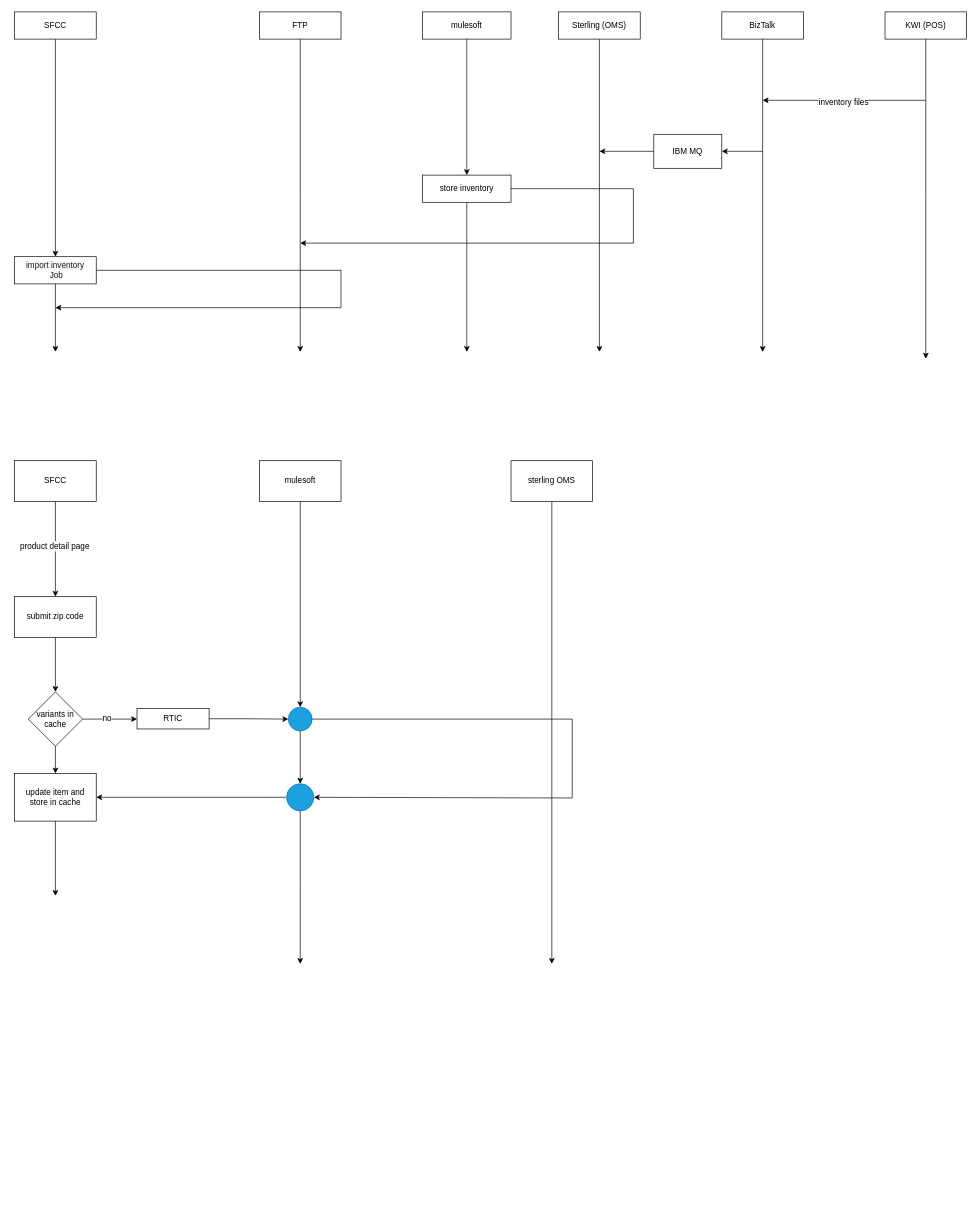
This is page "click and collect" (5 of 5) of Untitled Diagram.drawio from soum/pnd-diagrams, a draw.io file, before an edit. Source tidied: cells renumbered, new cells numbered last; positions are measured from the earlier drawing's top-left corner, leaving out a move shared by most shapes. Both pictures are drawn from the tidied source at 68%, with x=0, y=0 at pixel (14, 12).
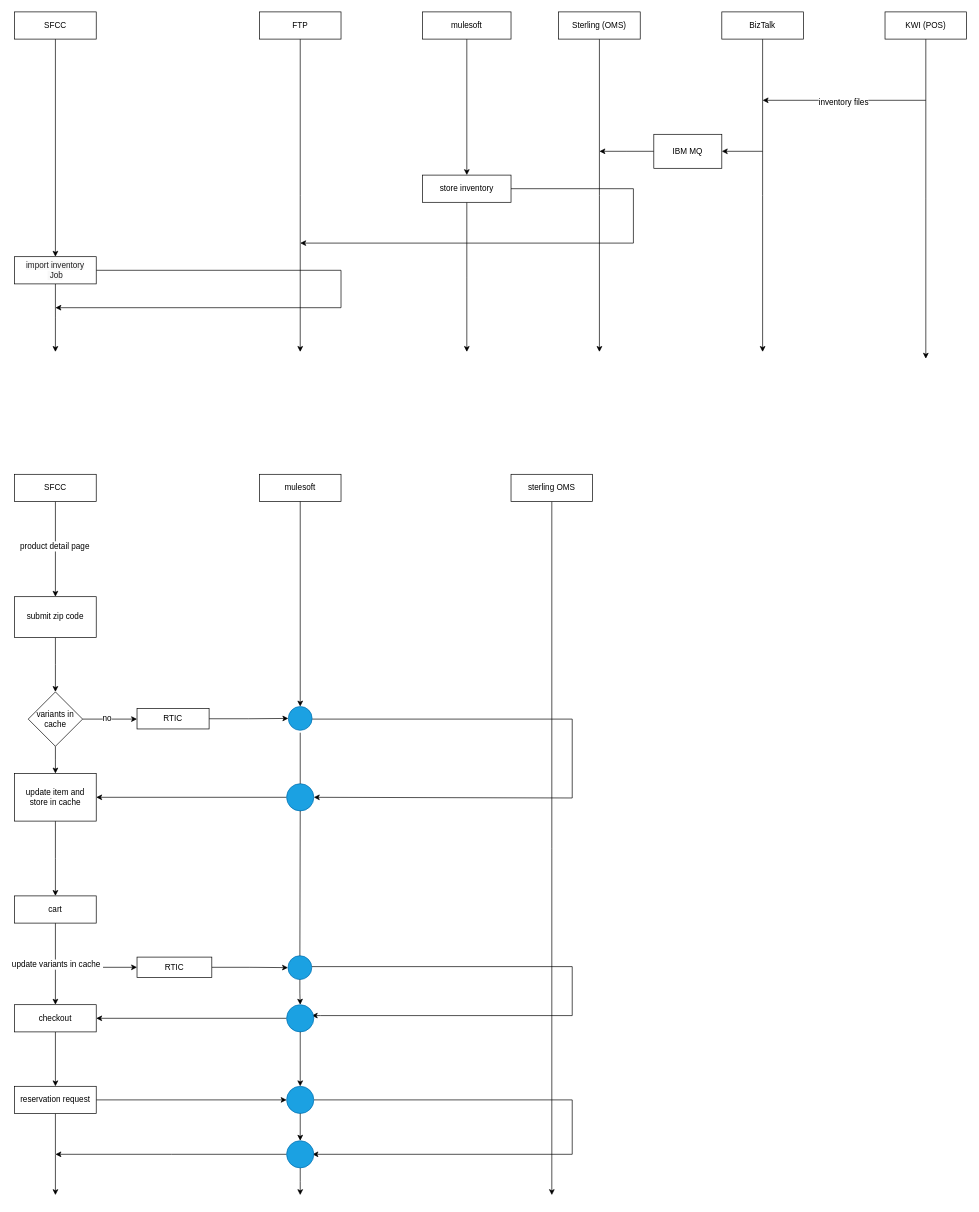
The same page after the edit.

Unchanged cells that the change refers to:
```xml
<mxCell id="46" style="ellipse;whiteSpace=wrap;html=1;rounded=0;shadow=0;glass=0;comic=0;fillColor=#1ba1e2;strokeColor=#006EAF;fontColor=#ffffff;" parent="1" vertex="1">
  <mxGeometry x="400" y="1135" width="40" height="40" as="geometry" />
</mxCell>
```

Diff of the diagram source:
```diff
@@
     <mxCell id="27" value="SFCC" style="rounded=0;whiteSpace=wrap;html=1;shadow=0;glass=0;comic=0;" parent="1" vertex="1">
-      <mxGeometry y="660" width="120" height="60" as="geometry" />
+      <mxGeometry y="680" width="120" height="40" as="geometry" />
     </mxCell>
@@
-    <mxCell id="30" style="edgeStyle=orthogonalEdgeStyle;rounded=0;jettySize=auto;html=1;strokeColor=#000000;strokeWidth=1;" parent="1" edge="1" source="46">
+    <mxCell id="30" style="edgeStyle=orthogonalEdgeStyle;rounded=0;jettySize=auto;html=1;strokeColor=#000000;strokeWidth=1;" parent="1" edge="1" source="68">
       <mxGeometry relative="1" as="geometry">
-        <mxPoint x="420" y="1400" as="targetPoint" />
+        <mxPoint x="420" y="1740" as="targetPoint" />
       </mxGeometry>
     </mxCell>
     <mxCell id="31" value="mulesoft" style="rounded=0;whiteSpace=wrap;html=1;shadow=0;glass=0;comic=0;" parent="1" vertex="1">
-      <mxGeometry x="360" y="660" width="120" height="60" as="geometry" />
+      <mxGeometry x="360" y="680" width="120" height="40" as="geometry" />
     </mxCell>
@@
     <mxCell id="40" style="edgeStyle=orthogonalEdgeStyle;rounded=0;jettySize=auto;html=1;strokeColor=#000000;strokeWidth=1;" parent="1" edge="1" source="41">
       <mxGeometry relative="1" as="geometry">
-        <mxPoint x="790" y="1400" as="targetPoint" />
+        <mxPoint x="790" y="1740" as="targetPoint" />
       </mxGeometry>
     </mxCell>
     <mxCell id="41" value="sterling OMS" style="rounded=0;whiteSpace=wrap;html=1;shadow=0;glass=0;comic=0;" parent="1" vertex="1">
-      <mxGeometry x="730" y="660" width="120" height="60" as="geometry" />
+      <mxGeometry x="730" y="680" width="120" height="40" as="geometry" />
     </mxCell>
@@
     <mxCell id="43" style="ellipse;whiteSpace=wrap;html=1;rounded=0;shadow=0;glass=0;comic=0;fillColor=#1ba1e2;strokeColor=#006EAF;fontColor=#ffffff;" parent="1" vertex="1">
-      <mxGeometry x="402.5" y="1022.5" width="35" height="35" as="geometry" />
+      <mxGeometry x="402.5" y="1021.5" width="35" height="35" as="geometry" />
     </mxCell>
@@
-    <mxCell id="47" style="edgeStyle=orthogonalEdgeStyle;rounded=0;jettySize=auto;html=1;strokeColor=#000000;strokeWidth=1;" parent="1" edge="1" source="43" target="46">
-      <mxGeometry relative="1" as="geometry" />
-    </mxCell>
+    <mxCell id="48" style="edgeStyle=orthogonalEdgeStyle;rounded=0;jettySize=auto;html=1;strokeColor=#000000;strokeWidth=1;" parent="1" edge="1" source="50" target="52">
+      <mxGeometry relative="1" as="geometry" />
+    </mxCell>
+    <mxCell id="49" value="update variants in cache" style="text;html=1;align=center;verticalAlign=middle;labelBackgroundColor=#ffffff;" parent="48" vertex="1">
+      <mxGeometry x="-0.12" y="1" relative="1" as="geometry">
+        <mxPoint x="-1" y="7" as="offset" />
+      </mxGeometry>
+    </mxCell>
+    <mxCell id="50" value="cart" style="rounded=0;whiteSpace=wrap;html=1;shadow=0;glass=0;comic=0;" parent="1" vertex="1">
+      <mxGeometry y="1300" width="120" height="40" as="geometry" />
+    </mxCell>
+    <mxCell id="51" style="edgeStyle=orthogonalEdgeStyle;rounded=0;jettySize=auto;html=1;strokeColor=#000000;strokeWidth=1;" parent="1" edge="1" source="52" target="55">
+      <mxGeometry relative="1" as="geometry" />
+    </mxCell>
+    <mxCell id="52" value="checkout" style="rounded=0;whiteSpace=wrap;html=1;shadow=0;glass=0;comic=0;" parent="1" vertex="1">
+      <mxGeometry y="1460" width="120" height="40" as="geometry" />
+    </mxCell>
+    <mxCell id="53" style="edgeStyle=orthogonalEdgeStyle;rounded=0;jettySize=auto;html=1;exitX=1;exitY=0.5;exitDx=0;exitDy=0;strokeColor=#000000;strokeWidth=1;entryX=0;entryY=0.5;entryDx=0;entryDy=0;" parent="1" edge="1" source="55" target="65">
+      <mxGeometry relative="1" as="geometry" />
+    </mxCell>
+    <mxCell id="54" style="edgeStyle=orthogonalEdgeStyle;rounded=0;jettySize=auto;html=1;strokeColor=#000000;strokeWidth=1;" parent="1" edge="1" source="55">
+      <mxGeometry relative="1" as="geometry">
+        <mxPoint x="60" y="1740" as="targetPoint" />
+      </mxGeometry>
+    </mxCell>
+    <mxCell id="55" value="reservation request" style="rounded=0;whiteSpace=wrap;html=1;shadow=0;glass=0;comic=0;" parent="1" vertex="1">
+      <mxGeometry y="1580" width="120" height="40" as="geometry" />
+    </mxCell>
+    <mxCell id="56" style="edgeStyle=orthogonalEdgeStyle;rounded=0;jettySize=auto;html=1;entryX=0;entryY=0.5;entryDx=0;entryDy=0;strokeColor=#000000;strokeWidth=1;" parent="1" edge="1" source="57" target="60">
+      <mxGeometry relative="1" as="geometry" />
+    </mxCell>
+    <mxCell id="57" value="RTIC" style="rounded=0;whiteSpace=wrap;html=1;shadow=0;glass=0;comic=0;" parent="1" vertex="1">
+      <mxGeometry x="180" y="1390" width="110" height="30" as="geometry" />
+    </mxCell>
+    <mxCell id="58" style="endArrow=classic;html=1;strokeColor=#000000;strokeWidth=1;entryX=0;entryY=0.5;entryDx=0;entryDy=0;" parent="1" edge="1" target="57">
+      <mxGeometry relative="1" as="geometry">
+        <mxPoint x="130" y="1405" as="sourcePoint" />
+      </mxGeometry>
+    </mxCell>
+    <mxCell id="59" style="edgeStyle=orthogonalEdgeStyle;rounded=0;jettySize=auto;html=1;strokeColor=#000000;strokeWidth=1;" parent="1" edge="1" source="60">
+      <mxGeometry relative="1" as="geometry">
+        <mxPoint x="437" y="1476" as="targetPoint" />
+        <Array as="points">
+          <mxPoint x="820" y="1404" />
+          <mxPoint x="820" y="1476" />
+          <mxPoint x="450" y="1476" />
+        </Array>
+      </mxGeometry>
+    </mxCell>
+    <mxCell id="60" style="ellipse;whiteSpace=wrap;html=1;rounded=0;shadow=0;glass=0;comic=0;fillColor=#1ba1e2;strokeColor=#006EAF;fontColor=#ffffff;" parent="1" vertex="1">
+      <mxGeometry x="402" y="1388" width="35" height="35" as="geometry" />
+    </mxCell>
+    <mxCell id="61" style="edgeStyle=orthogonalEdgeStyle;rounded=0;jettySize=auto;html=1;entryX=1;entryY=0.5;entryDx=0;entryDy=0;strokeColor=#000000;strokeWidth=1;" parent="1" edge="1" source="62" target="52">
+      <mxGeometry relative="1" as="geometry" />
+    </mxCell>
+    <mxCell id="62" style="ellipse;whiteSpace=wrap;html=1;rounded=0;shadow=0;glass=0;comic=0;fillColor=#1ba1e2;strokeColor=#006EAF;fontColor=#ffffff;" parent="1" vertex="1">
+      <mxGeometry x="400" y="1460" width="40" height="40" as="geometry" />
+    </mxCell>
+    <mxCell id="63" style="edgeStyle=orthogonalEdgeStyle;rounded=0;jettySize=auto;html=1;strokeColor=#000000;strokeWidth=1;" parent="1" edge="1" source="60" target="62">
+      <mxGeometry relative="1" as="geometry" />
+    </mxCell>
+    <mxCell id="64" style="edgeStyle=orthogonalEdgeStyle;rounded=0;jettySize=auto;html=1;strokeColor=#000000;strokeWidth=1;" parent="1" edge="1" source="65">
+      <mxGeometry relative="1" as="geometry">
+        <mxPoint x="438" y="1680" as="targetPoint" />
+        <Array as="points">
+          <mxPoint x="820" y="1600" />
+          <mxPoint x="820" y="1680" />
+        </Array>
+      </mxGeometry>
+    </mxCell>
+    <mxCell id="65" style="ellipse;whiteSpace=wrap;html=1;rounded=0;shadow=0;glass=0;comic=0;fillColor=#1ba1e2;strokeColor=#006EAF;fontColor=#ffffff;" parent="1" vertex="1">
+      <mxGeometry x="400" y="1580" width="40" height="40" as="geometry" />
+    </mxCell>
+    <mxCell id="66" style="edgeStyle=orthogonalEdgeStyle;rounded=0;jettySize=auto;html=1;strokeColor=#000000;strokeWidth=1;" parent="1" edge="1" source="62" target="65">
+      <mxGeometry relative="1" as="geometry" />
+    </mxCell>
+    <mxCell id="67" style="edgeStyle=orthogonalEdgeStyle;rounded=0;jettySize=auto;html=1;strokeColor=#000000;strokeWidth=1;" parent="1" edge="1" source="68">
+      <mxGeometry relative="1" as="geometry">
+        <mxPoint x="60" y="1680" as="targetPoint" />
+      </mxGeometry>
+    </mxCell>
+    <mxCell id="68" style="ellipse;whiteSpace=wrap;html=1;rounded=0;shadow=0;glass=0;comic=0;fillColor=#1ba1e2;strokeColor=#006EAF;fontColor=#ffffff;" parent="1" vertex="1">
+      <mxGeometry x="400" y="1660" width="40" height="40" as="geometry" />
+    </mxCell>
+    <mxCell id="69" style="edgeStyle=orthogonalEdgeStyle;rounded=0;jettySize=auto;html=1;strokeColor=#000000;strokeWidth=1;" parent="1" edge="1" source="65" target="68">
+      <mxGeometry relative="1" as="geometry" />
+    </mxCell>
+    <mxCell id="70" style="endArrow=none;html=1;strokeColor=#000000;strokeWidth=1;exitX=0.5;exitY=0;exitDx=0;exitDy=0;" parent="1" edge="1" source="46">
+      <mxGeometry relative="1" as="geometry">
+        <mxPoint x="420" y="1060" as="targetPoint" />
+      </mxGeometry>
+    </mxCell>
+    <mxCell id="71" style="endArrow=none;html=1;strokeColor=#000000;strokeWidth=1;entryX=0.5;entryY=1;entryDx=0;entryDy=0;exitX=0.5;exitY=0;exitDx=0;exitDy=0;" parent="1" edge="1" source="60" target="46">
+      <mxGeometry relative="1" as="geometry" />
+    </mxCell>
```
